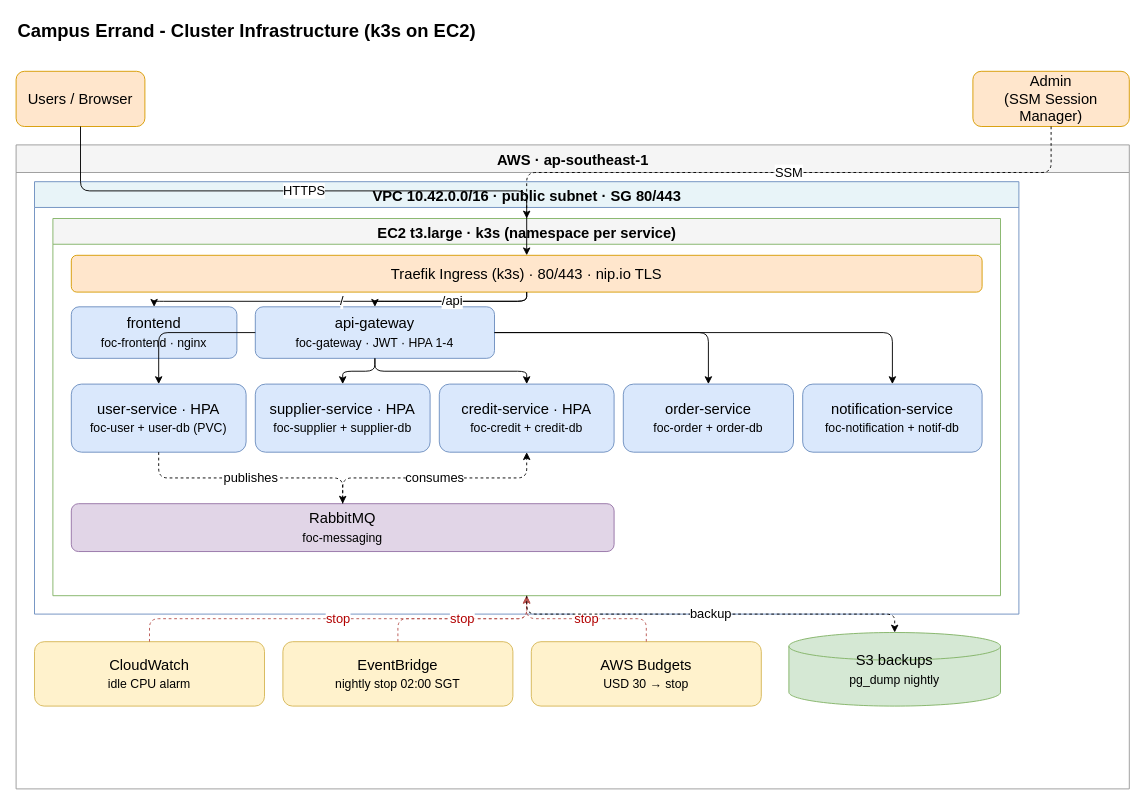
Earlier version of the draw.io diagram docs/cluster-infrastructure.drawio (CS3219-AY2627S1/FoC-Template). Source tidied: cells renumbered, new cells numbered last; positions are measured from the earlier drawing's top-left corner, leaving out a move shared by most shapes. Both pictures are drawn from the tidied source at 92%, with x=0, y=0 at pixel (16, 16).
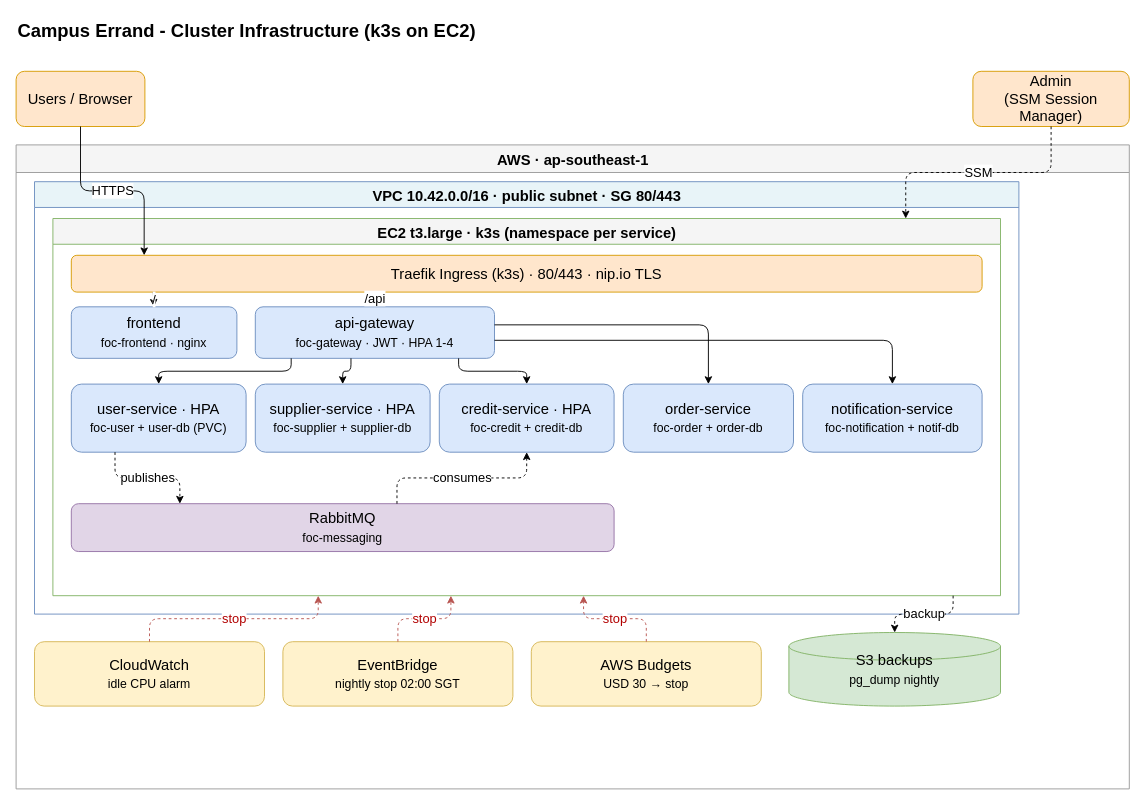
The same diagram, later.

The change refers to these unchanged cells:
```xml
<mxCell id="3" value="Users / Browser" style="rounded=1;whiteSpace=wrap;html=1;fontSize=16;fillColor=#ffe6cc;strokeColor=#d79b00;" parent="1" vertex="1">
  <mxGeometry y="60" width="140" height="60" as="geometry" />
</mxCell>
<mxCell id="4" value="Admin&#10;(SSM Session Manager)" style="rounded=1;whiteSpace=wrap;html=1;fontSize=16;fillColor=#ffe6cc;strokeColor=#d79b00;" parent="1" vertex="1">
  <mxGeometry x="1040" y="60" width="170" height="60" as="geometry" />
</mxCell>
<mxCell id="5" value="AWS  ·  ap-southeast-1" style="swimlane;startSize=30;html=1;fontSize=16;fontStyle=1;fillColor=#f5f5f5;strokeColor=#999999;verticalAlign=top;" parent="1" vertex="1">
  <mxGeometry y="140" width="1210" height="700" as="geometry" />
</mxCell>
<mxCell id="7" value="EC2 t3.large  ·  k3s (namespace per service)" style="swimlane;startSize=28;html=1;fontSize=16;fontStyle=1;fillColor=#f5f5f5;strokeColor=#82b366;verticalAlign=top;" parent="6" vertex="1">
  <mxGeometry x="20" y="40" width="1030" height="410" as="geometry" />
</mxCell>
<mxCell id="8" value="Traefik Ingress (k3s)  ·  80/443  ·  nip.io TLS" style="rounded=1;whiteSpace=wrap;html=1;fontSize=16;fillColor=#ffe6cc;strokeColor=#d79b00;" parent="7" vertex="1">
  <mxGeometry x="20" y="40" width="990" height="40" as="geometry" />
</mxCell>
<mxCell id="9" value="frontend&lt;br&gt;&lt;small&gt;foc-frontend · nginx&lt;/small&gt;" style="rounded=1;whiteSpace=wrap;html=1;fontSize=16;fillColor=#dae8fc;strokeColor=#6c8ebf;" parent="7" vertex="1">
  <mxGeometry x="20" y="96" width="180" height="56" as="geometry" />
</mxCell>
<mxCell id="10" value="api-gateway&lt;br&gt;&lt;small&gt;foc-gateway · JWT · HPA 1-4&lt;/small&gt;" style="rounded=1;whiteSpace=wrap;html=1;fontSize=16;fillColor=#dae8fc;strokeColor=#6c8ebf;" parent="7" vertex="1">
  <mxGeometry x="220" y="96" width="260" height="56" as="geometry" />
</mxCell>
<mxCell id="11" value="user-service · HPA&lt;br&gt;&lt;small&gt;foc-user + user-db (PVC)&lt;/small&gt;" style="rounded=1;whiteSpace=wrap;html=1;fontSize=16;fillColor=#dae8fc;strokeColor=#6c8ebf;" parent="7" vertex="1">
  <mxGeometry x="20" y="180" width="190" height="74" as="geometry" />
</mxCell>
<mxCell id="12" value="supplier-service · HPA&lt;br&gt;&lt;small&gt;foc-supplier + supplier-db&lt;/small&gt;" style="rounded=1;whiteSpace=wrap;html=1;fontSize=16;fillColor=#dae8fc;strokeColor=#6c8ebf;" parent="7" vertex="1">
  <mxGeometry x="220" y="180" width="190" height="74" as="geometry" />
</mxCell>
<mxCell id="13" value="credit-service · HPA&lt;br&gt;&lt;small&gt;foc-credit + credit-db&lt;/small&gt;" style="rounded=1;whiteSpace=wrap;html=1;fontSize=16;fillColor=#dae8fc;strokeColor=#6c8ebf;" parent="7" vertex="1">
  <mxGeometry x="420" y="180" width="190" height="74" as="geometry" />
</mxCell>
<mxCell id="14" value="order-service&lt;br&gt;&lt;small&gt;foc-order + order-db&lt;/small&gt;" style="rounded=1;whiteSpace=wrap;html=1;fontSize=16;fillColor=#dae8fc;strokeColor=#6c8ebf;" parent="7" vertex="1">
  <mxGeometry x="620" y="180" width="185" height="74" as="geometry" />
</mxCell>
<mxCell id="15" value="notification-service&lt;br&gt;&lt;small&gt;foc-notification + notif-db&lt;/small&gt;" style="rounded=1;whiteSpace=wrap;html=1;fontSize=16;fillColor=#dae8fc;strokeColor=#6c8ebf;" parent="7" vertex="1">
  <mxGeometry x="815" y="180" width="195" height="74" as="geometry" />
</mxCell>
<mxCell id="16" value="RabbitMQ&lt;br&gt;&lt;small&gt;foc-messaging&lt;/small&gt;" style="rounded=1;whiteSpace=wrap;html=1;fontSize=16;fillColor=#e1d5e7;strokeColor=#9673a6;" parent="7" vertex="1">
  <mxGeometry x="20" y="310" width="590" height="52" as="geometry" />
</mxCell>
<mxCell id="17" value="CloudWatch&lt;br&gt;&lt;small&gt;idle CPU alarm&lt;/small&gt;" style="rounded=1;whiteSpace=wrap;html=1;fontSize=16;fillColor=#fff2cc;strokeColor=#d6b656;" parent="5" vertex="1">
  <mxGeometry x="20" y="540" width="250" height="70" as="geometry" />
</mxCell>
<mxCell id="18" value="EventBridge&lt;br&gt;&lt;small&gt;nightly stop 02:00 SGT&lt;/small&gt;" style="rounded=1;whiteSpace=wrap;html=1;fontSize=16;fillColor=#fff2cc;strokeColor=#d6b656;" parent="5" vertex="1">
  <mxGeometry x="290" y="540" width="250" height="70" as="geometry" />
</mxCell>
<mxCell id="19" value="AWS Budgets&lt;br&gt;&lt;small&gt;USD 30 → stop&lt;/small&gt;" style="rounded=1;whiteSpace=wrap;html=1;fontSize=16;fillColor=#fff2cc;strokeColor=#d6b656;" parent="5" vertex="1">
  <mxGeometry x="560" y="540" width="250" height="70" as="geometry" />
</mxCell>
<mxCell id="20" value="S3 backups&lt;br&gt;&lt;small&gt;pg_dump nightly&lt;/small&gt;" style="shape=cylinder3;whiteSpace=wrap;html=1;fontSize=16;fillColor=#d5e8d4;strokeColor=#82b366;" parent="5" vertex="1">
  <mxGeometry x="840" y="530" width="230" height="80" as="geometry" />
</mxCell>
```

Diff of the diagram source:
```diff
@@
-    <mxCell id="21" value="HTTPS" style="edgeStyle=orthogonalEdgeStyle;rounded=1;html=1;fontSize=14;" parent="1" edge="1" source="3" target="8">
+    <mxCell id="21" value="HTTPS" style="edgeStyle=orthogonalEdgeStyle;rounded=1;html=1;fontSize=14;exitX=0.5;exitY=1;exitDx=0;exitDy=0;entryX=0.08;entryY=0;entryDx=0;entryDy=0;" parent="1" edge="1" source="3" target="8">
       <mxGeometry relative="1" as="geometry" />
     </mxCell>
-    <mxCell id="22" value="SSM" style="edgeStyle=orthogonalEdgeStyle;rounded=1;html=1;fontSize=14;dashed=1;" parent="1" edge="1" source="4" target="7">
+    <mxCell id="22" value="SSM" style="edgeStyle=orthogonalEdgeStyle;rounded=1;html=1;fontSize=14;dashed=1;exitX=0.5;exitY=1;exitDx=0;exitDy=0;entryX=0.9;entryY=0;entryDx=0;entryDy=0;" parent="1" edge="1" source="4" target="7">
       <mxGeometry relative="1" as="geometry" />
     </mxCell>
-    <mxCell id="23" value="/" style="edgeStyle=orthogonalEdgeStyle;rounded=1;html=1;fontSize=14;" parent="7" edge="1" source="8" target="9">
+    <mxCell id="23" value="/" style="edgeStyle=orthogonalEdgeStyle;rounded=1;html=1;fontSize=14;exitX=0.09;exitY=1;exitDx=0;exitDy=0;entryX=0.5;entryY=0;entryDx=0;entryDy=0;" parent="7" edge="1" source="8" target="9">
       <mxGeometry relative="1" as="geometry" />
     </mxCell>
-    <mxCell id="24" value="/api" style="edgeStyle=orthogonalEdgeStyle;rounded=1;html=1;fontSize=14;" parent="7" edge="1" source="8" target="10">
+    <mxCell id="24" value="/api" style="edgeStyle=orthogonalEdgeStyle;rounded=1;html=1;fontSize=14;exitX=0.33;exitY=1;exitDx=0;exitDy=0;entryX=0.5;entryY=0;entryDx=0;entryDy=0;" parent="7" edge="1" source="8" target="10">
       <mxGeometry relative="1" as="geometry" />
     </mxCell>
-    <mxCell id="25" style="edgeStyle=orthogonalEdgeStyle;rounded=1;html=1;fontSize=14;" parent="7" edge="1" source="10" target="11">
+    <mxCell id="25" style="edgeStyle=orthogonalEdgeStyle;rounded=1;html=1;fontSize=14;exitX=0.15;exitY=1;exitDx=0;exitDy=0;entryX=0.5;entryY=0;entryDx=0;entryDy=0;" parent="7" edge="1" source="10" target="11">
       <mxGeometry relative="1" as="geometry" />
     </mxCell>
-    <mxCell id="26" style="edgeStyle=orthogonalEdgeStyle;rounded=1;html=1;fontSize=14;" parent="7" edge="1" source="10" target="12">
+    <mxCell id="26" style="edgeStyle=orthogonalEdgeStyle;rounded=1;html=1;fontSize=14;exitX=0.4;exitY=1;exitDx=0;exitDy=0;entryX=0.5;entryY=0;entryDx=0;entryDy=0;" parent="7" edge="1" source="10" target="12">
       <mxGeometry relative="1" as="geometry" />
     </mxCell>
-    <mxCell id="27" style="edgeStyle=orthogonalEdgeStyle;rounded=1;html=1;fontSize=14;" parent="7" edge="1" source="10" target="13">
+    <mxCell id="27" style="edgeStyle=orthogonalEdgeStyle;rounded=1;html=1;fontSize=14;exitX=0.85;exitY=1;exitDx=0;exitDy=0;entryX=0.5;entryY=0;entryDx=0;entryDy=0;" parent="7" edge="1" source="10" target="13">
       <mxGeometry relative="1" as="geometry" />
     </mxCell>
-    <mxCell id="28" style="edgeStyle=orthogonalEdgeStyle;rounded=1;html=1;fontSize=14;" parent="7" edge="1" source="10" target="14">
+    <mxCell id="28" style="edgeStyle=orthogonalEdgeStyle;rounded=1;html=1;fontSize=14;exitX=1;exitY=0.35;exitDx=0;exitDy=0;entryX=0.5;entryY=0;entryDx=0;entryDy=0;" parent="7" edge="1" source="10" target="14">
       <mxGeometry relative="1" as="geometry" />
     </mxCell>
-    <mxCell id="29" style="edgeStyle=orthogonalEdgeStyle;rounded=1;html=1;fontSize=14;" parent="7" edge="1" source="10" target="15">
+    <mxCell id="29" style="edgeStyle=orthogonalEdgeStyle;rounded=1;html=1;fontSize=14;exitX=1;exitY=0.65;exitDx=0;exitDy=0;entryX=0.5;entryY=0;entryDx=0;entryDy=0;" parent="7" edge="1" source="10" target="15">
       <mxGeometry relative="1" as="geometry" />
     </mxCell>
-    <mxCell id="30" value="publishes" style="edgeStyle=orthogonalEdgeStyle;rounded=1;html=1;fontSize=14;dashed=1;" parent="7" edge="1" source="11" target="16">
+    <mxCell id="30" value="publishes" style="edgeStyle=orthogonalEdgeStyle;rounded=1;html=1;fontSize=14;dashed=1;exitX=0.25;exitY=1;exitDx=0;exitDy=0;entryX=0.2;entryY=0;entryDx=0;entryDy=0;" parent="7" edge="1" source="11" target="16">
       <mxGeometry relative="1" as="geometry" />
     </mxCell>
-    <mxCell id="31" value="consumes" style="edgeStyle=orthogonalEdgeStyle;rounded=1;html=1;fontSize=14;dashed=1;" parent="7" edge="1" source="16" target="13">
+    <mxCell id="31" value="consumes" style="edgeStyle=orthogonalEdgeStyle;rounded=1;html=1;fontSize=14;dashed=1;exitX=0.6;exitY=0;exitDx=0;exitDy=0;entryX=0.5;entryY=1;entryDx=0;entryDy=0;" parent="7" edge="1" source="16" target="13">
       <mxGeometry relative="1" as="geometry" />
     </mxCell>
-    <mxCell id="32" value="stop" style="edgeStyle=orthogonalEdgeStyle;rounded=1;html=1;fontSize=14;dashed=1;strokeColor=#b85450;fontColor=#b20000;" parent="5" edge="1" source="17" target="7">
+    <mxCell id="32" value="stop" style="edgeStyle=orthogonalEdgeStyle;rounded=1;html=1;fontSize=14;dashed=1;strokeColor=#b85450;fontColor=#b20000;exitX=0.5;exitY=0;exitDx=0;exitDy=0;entryX=0.28;entryY=1;entryDx=0;entryDy=0;" parent="5" edge="1" source="17" target="7">
       <mxGeometry relative="1" as="geometry" />
     </mxCell>
-    <mxCell id="33" value="stop" style="edgeStyle=orthogonalEdgeStyle;rounded=1;html=1;fontSize=14;dashed=1;strokeColor=#b85450;fontColor=#b20000;" parent="5" edge="1" source="18" target="7">
+    <mxCell id="33" value="stop" style="edgeStyle=orthogonalEdgeStyle;rounded=1;html=1;fontSize=14;dashed=1;strokeColor=#b85450;fontColor=#b20000;exitX=0.5;exitY=0;exitDx=0;exitDy=0;entryX=0.42;entryY=1;entryDx=0;entryDy=0;" parent="5" edge="1" source="18" target="7">
       <mxGeometry relative="1" as="geometry" />
     </mxCell>
-    <mxCell id="34" value="stop" style="edgeStyle=orthogonalEdgeStyle;rounded=1;html=1;fontSize=14;dashed=1;strokeColor=#b85450;fontColor=#b20000;" parent="5" edge="1" source="19" target="7">
+    <mxCell id="34" value="stop" style="edgeStyle=orthogonalEdgeStyle;rounded=1;html=1;fontSize=14;dashed=1;strokeColor=#b85450;fontColor=#b20000;exitX=0.5;exitY=0;exitDx=0;exitDy=0;entryX=0.56;entryY=1;entryDx=0;entryDy=0;" parent="5" edge="1" source="19" target="7">
       <mxGeometry relative="1" as="geometry" />
     </mxCell>
-    <mxCell id="35" value="backup" style="edgeStyle=orthogonalEdgeStyle;rounded=1;html=1;fontSize=14;dashed=1;" parent="5" edge="1" source="7" target="20">
+    <mxCell id="35" value="backup" style="edgeStyle=orthogonalEdgeStyle;rounded=1;html=1;fontSize=14;dashed=1;exitX=0.95;exitY=1;exitDx=0;exitDy=0;entryX=0.5;entryY=0;entryDx=0;entryDy=0;" parent="5" edge="1" source="7" target="20">
       <mxGeometry relative="1" as="geometry" />
     </mxCell>
```
